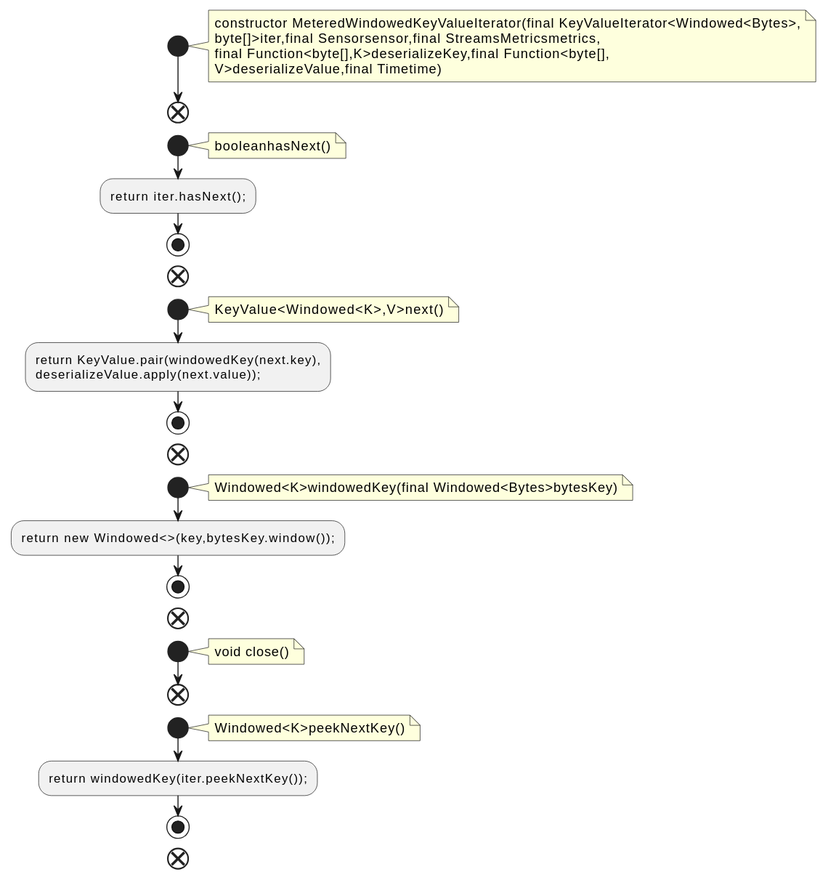
This is docs/qc/streams/src/main/java/org/apache/kafka/streams/state/internals/MeteredWindowedKeyValueIterator.java.fct.svg from qualitesys/kafka, a PlantUML export, as it was before one commit.
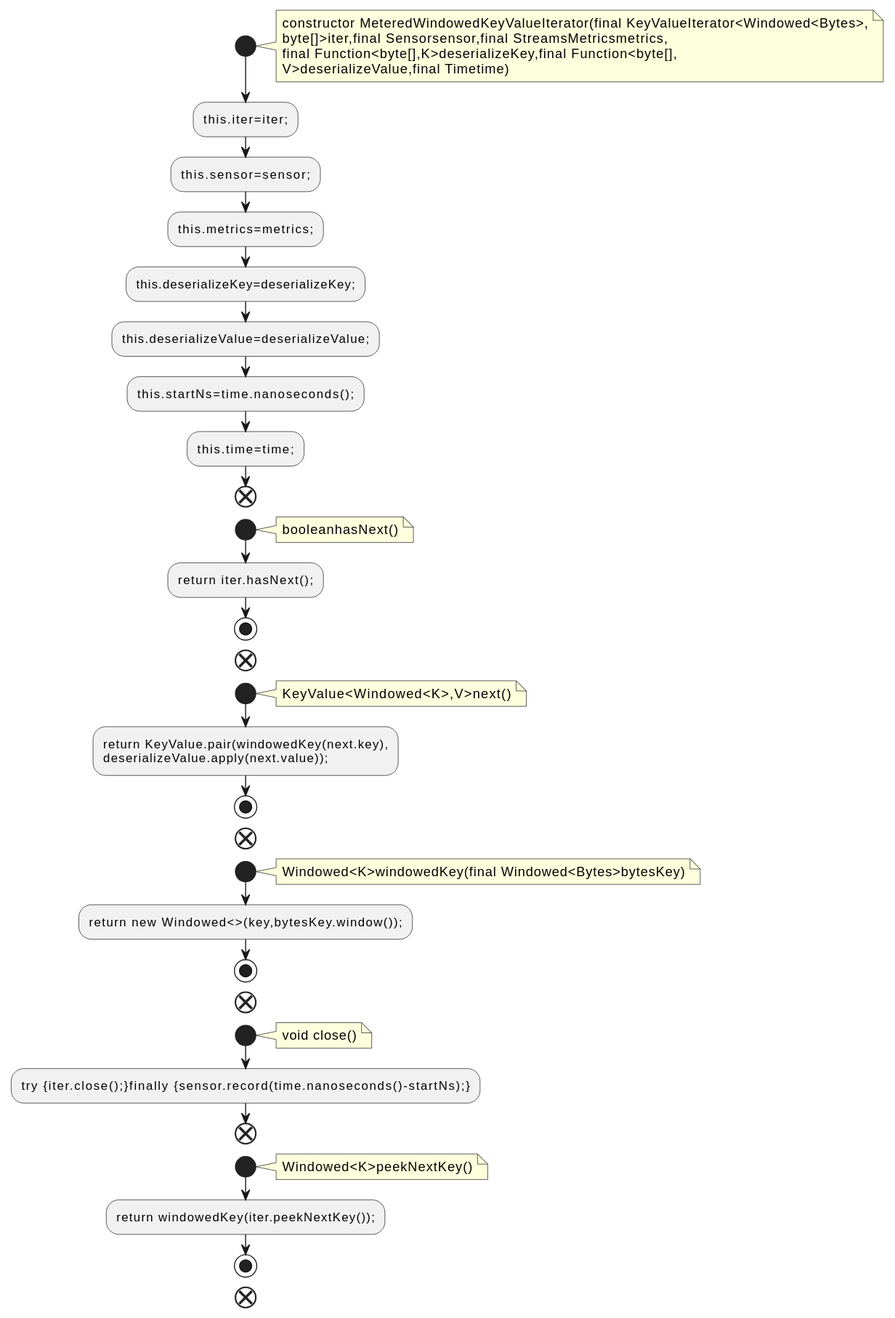
The same diagram one commit later.

Diff of the diagram source:
```diff
@@ -7,6 +7,13 @@
 final Function<byte[],K>deserializeKey,final Function<byte[],
 V>deserializeValue,final Timetime)
 end note
+:this.iter=iter;;
+:this.sensor=sensor;;
+:this.metrics=metrics;;
+:this.deserializeKey=deserializeKey;;
+:this.deserializeValue=deserializeValue;;
+:this.startNs=time.nanoseconds();;
+:this.time=time;;
 end
 start
 note right
@@ -34,6 +41,7 @@
 note right
 void close()
 end note
+:try {iter.close();}finally {sensor.record(time.nanoseconds()-startNs);};
 end
 start
 note right
```
